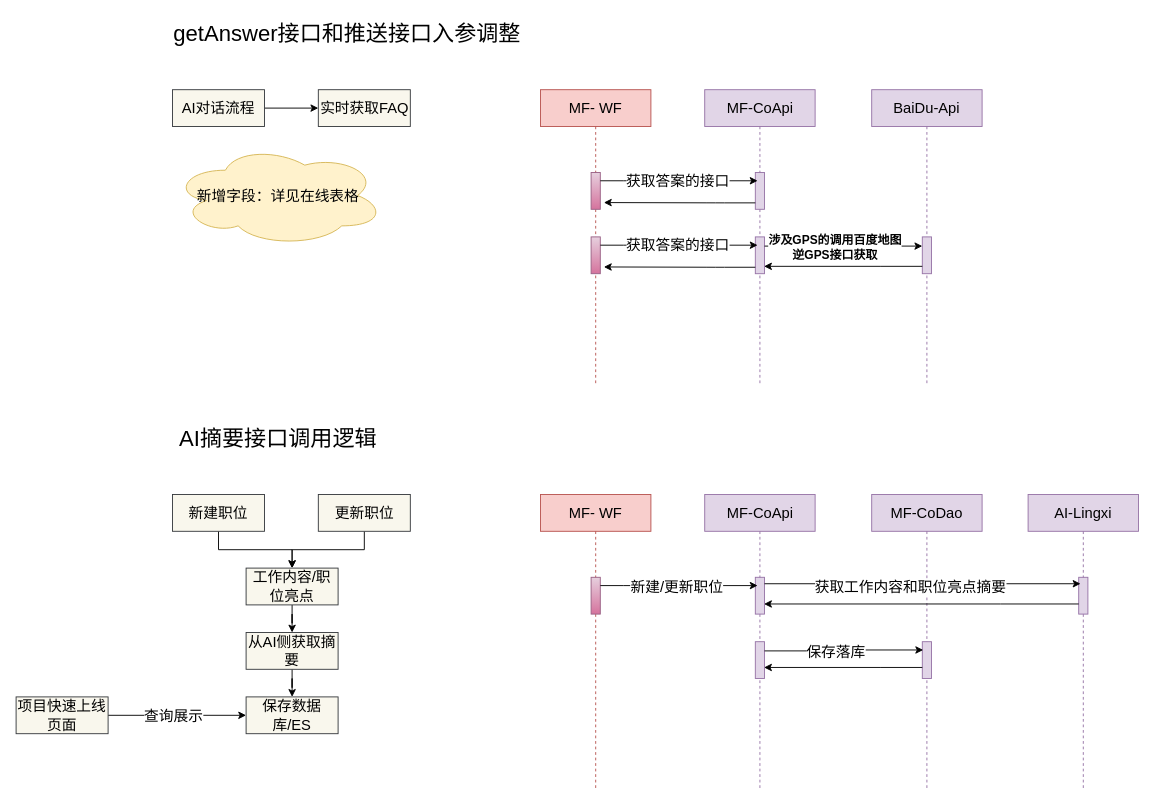
Before: AI外呼二期.drawio in LuOyEbY/draw-b, a draw.io diagram. Source tidied: cells renumbered, new cells numbered last; positions are measured from the earlier drawing's top-left corner, leaving out a move shared by most shapes. Both pictures are drawn from the tidied source at 92%, with x=0, y=0 at pixel (16, 16).
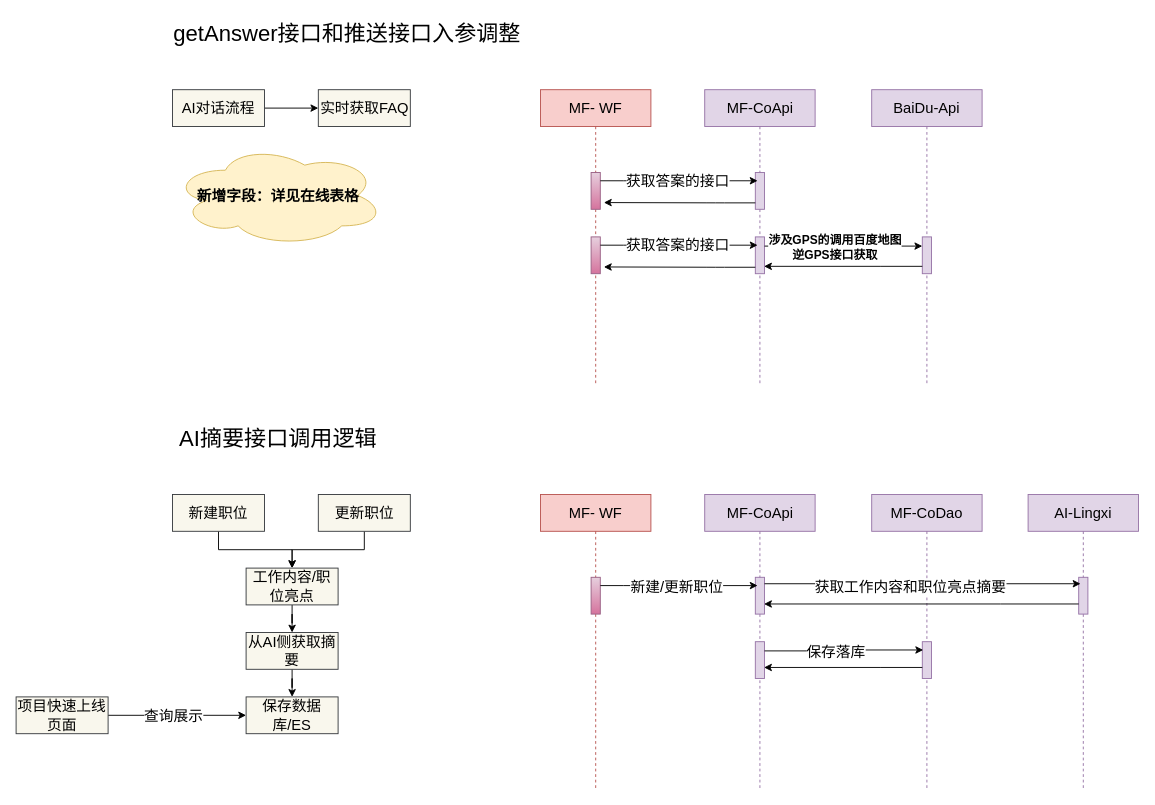
The same diagram, later.

Commit message (it also covers changes not shown here):
更新AI外呼二期.drawio

The edit, as a diff of the source:
```diff
@@
-    <mxCell id="18" value="新增字段：详见在线表格" style="ellipse;shape=cloud;whiteSpace=wrap;html=1;fillColor=#fff2cc;strokeColor=#d6b656;fontSize=16;" parent="1" vertex="1">
+    <mxCell id="18" value="新增字段：详见在线表格" style="ellipse;shape=cloud;whiteSpace=wrap;html=1;fillColor=#fff2cc;strokeColor=#d6b656;fontSize=16;fontStyle=1;" parent="1" vertex="1">
       <mxGeometry x="170" y="140" width="230" height="110" as="geometry" />
     </mxCell>
```
